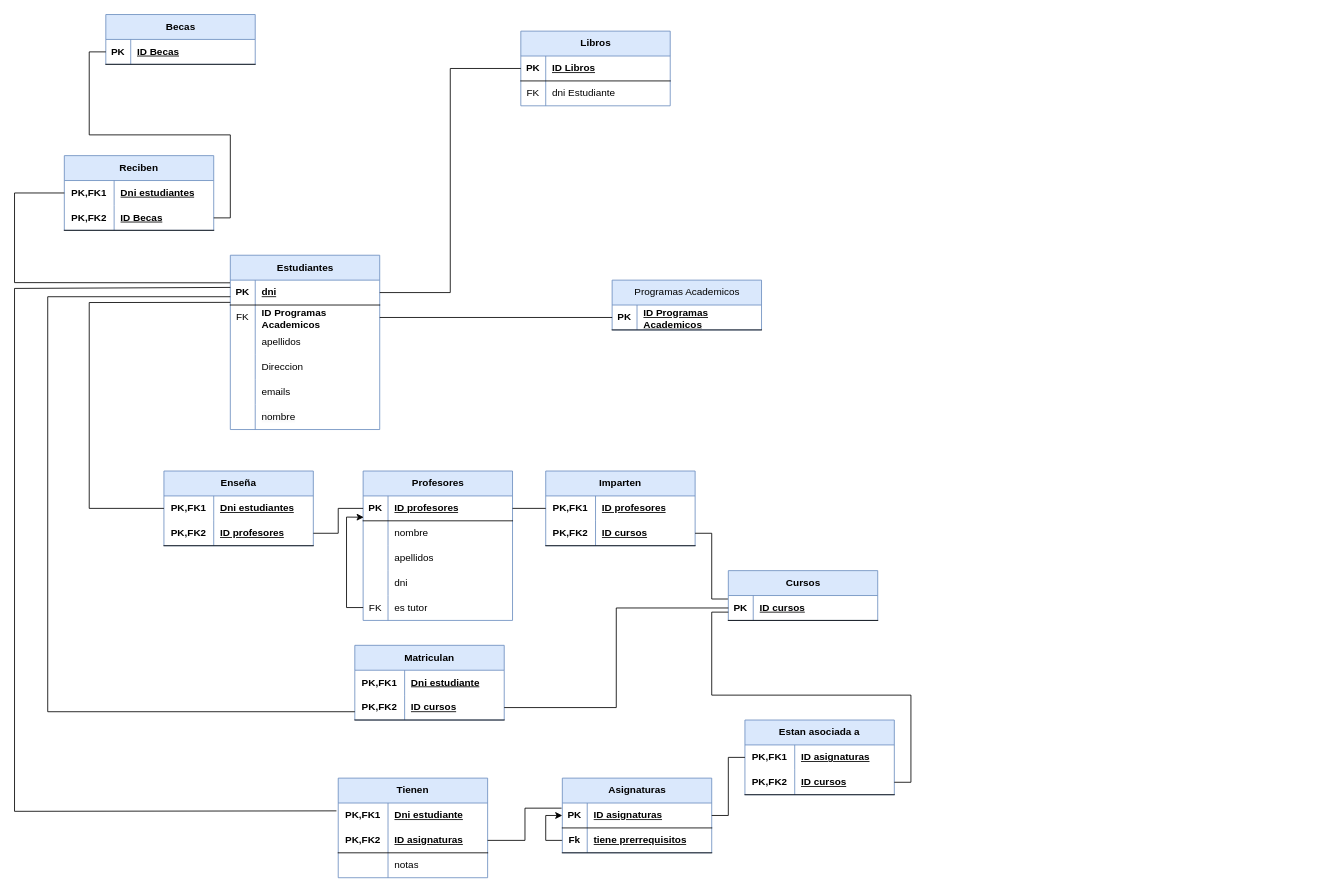
Above: modelo-mr/images/Modelo-Mr-completo.drawio in JVC0/ProyectoBBDD (draw.io), before the change. Source tidied: cells renumbered, new cells numbered last; positions are measured from the earlier drawing's top-left corner, leaving out a move shared by most shapes. Both pictures are drawn from the tidied source at 83%, with x=0, y=0 at pixel (14, 14).
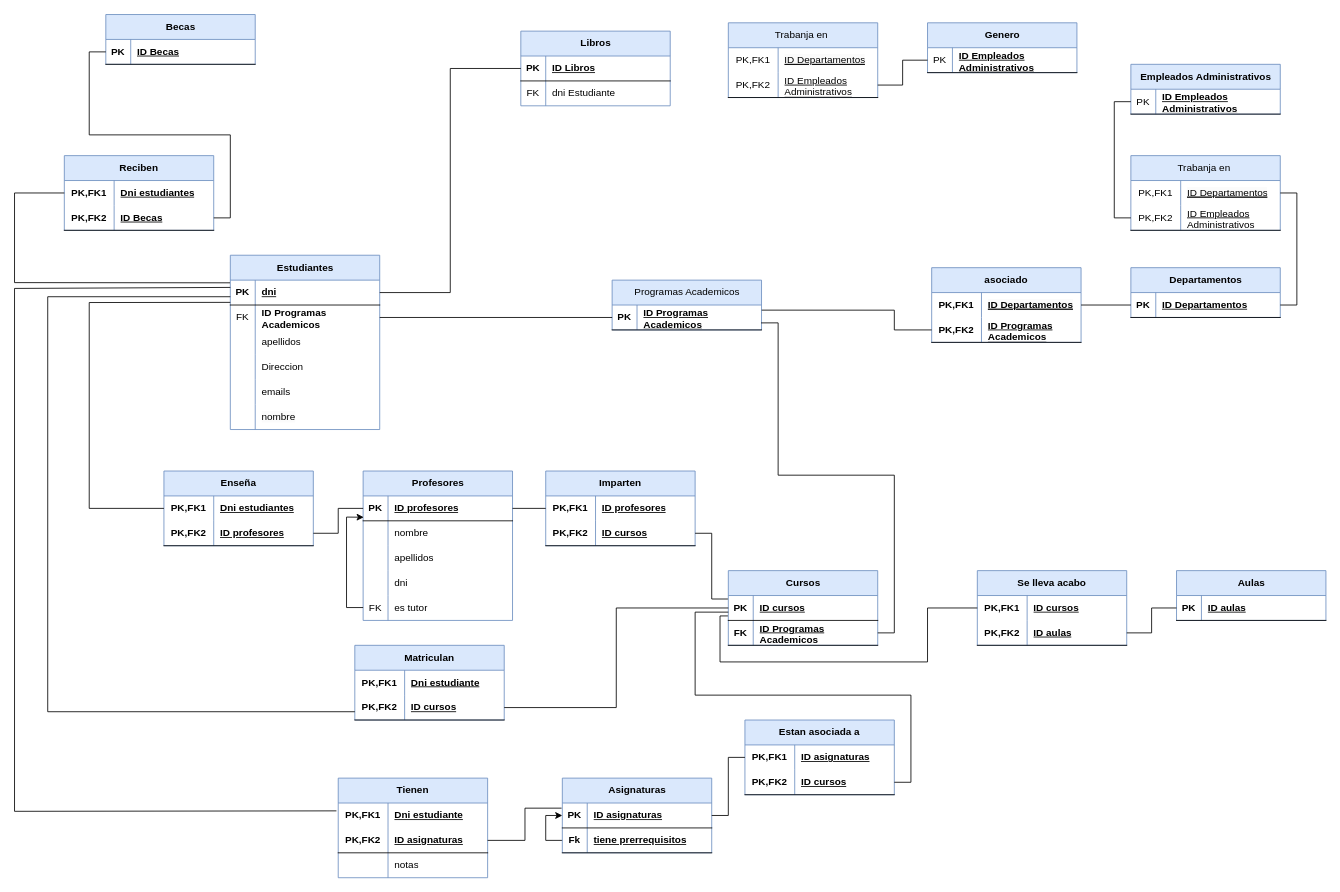
The same page after the edit.

The change refers to these unchanged cells:
```xml
<mxCell id="23" style="shape=tableRow;horizontal=0;startSize=0;swimlaneHead=0;swimlaneBody=0;fillColor=none;points=[[0,0.5],[1,0.5]];portConstraint=eastwest;top=0;left=0;right=0;bottom=1;" parent="22" vertex="1">
  <mxGeometry y="30" width="180" height="30" as="geometry" />
</mxCell>
<mxCell id="81" style="shape=tableRow;horizontal=0;startSize=0;swimlaneHead=0;swimlaneBody=0;fillColor=none;points=[[0,0.5],[1,0.5]];portConstraint=eastwest;top=0;left=0;right=0;bottom=1;" parent="80" vertex="1">
  <mxGeometry y="30" width="180" height="30" as="geometry" />
</mxCell>
<mxCell id="119" style="shape=tableRow;horizontal=0;startSize=0;swimlaneHead=0;swimlaneBody=0;fillColor=none;points=[[0,0.5],[1,0.5]];portConstraint=eastwest;top=0;left=0;right=0;bottom=1;html=1;" parent="115" vertex="1">
  <mxGeometry y="60" width="180" height="30" as="geometry" />
</mxCell>
```

What changed in the source:
```diff
@@
     <mxCell id="80" value="Cursos" style="shape=table;startSize=30;childLayout=tableLayout;rowLines=0;fontStyle=1;align=center;html=1;fillColor=#dae8fc;strokeColor=#6c8ebf;" parent="1" vertex="1">
-      <mxGeometry x="860" y="670" width="180" height="60" as="geometry" />
+      <mxGeometry x="860" y="670" width="180" height="90" as="geometry" />
     </mxCell>
@@
+    <mxCell id="124" style="shape=tableRow;horizontal=0;startSize=0;swimlaneHead=0;swimlaneBody=0;fillColor=none;points=[[0,0.5],[1,0.5]];portConstraint=eastwest;top=0;left=0;right=0;bottom=1;" parent="80" vertex="1">
+      <mxGeometry y="60" width="180" height="30" as="geometry" />
+    </mxCell>
+    <mxCell id="125" value="FK" style="shape=partialRectangle;fillColor=none;top=0;left=0;bottom=0;right=0;fontStyle=1;overflow=hidden;whiteSpace=wrap;html=1;" parent="124" vertex="1">
+      <mxGeometry width="30" height="30" as="geometry" />
+    </mxCell>
+    <mxCell id="126" value="ID&amp;nbsp;Programas Academicos" style="shape=partialRectangle;fillColor=none;top=0;left=0;bottom=0;right=0;align=left;spacingLeft=6;fontStyle=5;overflow=hidden;whiteSpace=wrap;html=1;" parent="124" vertex="1">
+      <mxGeometry x="30" width="150" height="30" as="geometry" />
+    </mxCell>
@@
     <mxCell id="123" style="edgeStyle=orthogonalEdgeStyle;rounded=0;jettySize=auto;html=1;exitX=1;exitY=0.5;exitDx=0;exitDy=0;entryX=0;entryY=0.667;entryDx=0;entryDy=0;entryPerimeter=0;endArrow=none;endFill=0;" parent="1" edge="1" source="119" target="81">
-      <mxGeometry relative="1" as="geometry" />
+      <mxGeometry relative="1" as="geometry">
+        <Array as="points">
+          <mxPoint x="1080" y="925" />
+          <mxPoint x="1080" y="820" />
+          <mxPoint x="820" y="820" />
+          <mxPoint x="820" y="720" />
+        </Array>
+      </mxGeometry>
     </mxCell>
+    <mxCell id="127" value="Aulas" style="shape=table;startSize=30;childLayout=tableLayout;rowLines=0;fontStyle=1;align=center;html=1;fillColor=#dae8fc;strokeColor=#6c8ebf;" parent="1" vertex="1">
+      <mxGeometry x="1400" y="670" width="180" height="60" as="geometry" />
+    </mxCell>
+    <mxCell id="128" style="shape=tableRow;horizontal=0;startSize=0;swimlaneHead=0;swimlaneBody=0;fillColor=none;points=[[0,0.5],[1,0.5]];portConstraint=eastwest;top=0;left=0;right=0;bottom=1;" parent="127" vertex="1">
+      <mxGeometry y="30" width="180" height="30" as="geometry" />
+    </mxCell>
+    <mxCell id="129" value="PK" style="shape=partialRectangle;fillColor=none;top=0;left=0;bottom=0;right=0;fontStyle=1;overflow=hidden;whiteSpace=wrap;html=1;" parent="128" vertex="1">
+      <mxGeometry width="30" height="30" as="geometry" />
+    </mxCell>
+    <mxCell id="130" value="ID aulas" style="shape=partialRectangle;fillColor=none;top=0;left=0;bottom=0;right=0;align=left;spacingLeft=6;fontStyle=5;overflow=hidden;whiteSpace=wrap;html=1;" parent="128" vertex="1">
+      <mxGeometry x="30" width="150" height="30" as="geometry" />
+    </mxCell>
+    <mxCell id="131" value="Se lleva acabo" style="shape=table;startSize=30;childLayout=tableLayout;rowLines=0;fontStyle=1;align=center;html=1;whiteSpace=wrap;fillColor=#dae8fc;strokeColor=#6c8ebf;" parent="1" vertex="1">
+      <mxGeometry x="1160" y="670" width="180" height="90" as="geometry" />
+    </mxCell>
+    <mxCell id="132" style="shape=tableRow;horizontal=0;startSize=0;swimlaneHead=0;swimlaneBody=0;fillColor=none;points=[[0,0.5],[1,0.5]];portConstraint=eastwest;top=0;left=0;right=0;bottom=0;html=1;" parent="131" vertex="1">
+      <mxGeometry y="30" width="180" height="30" as="geometry" />
+    </mxCell>
+    <mxCell id="133" value="PK,FK1" style="shape=partialRectangle;fillColor=none;top=0;left=0;bottom=0;right=0;fontStyle=1;overflow=hidden;html=1;whiteSpace=wrap;" parent="132" vertex="1">
+      <mxGeometry width="60" height="30" as="geometry" />
+    </mxCell>
+    <mxCell id="134" value="ID cursos" style="shape=partialRectangle;fillColor=none;top=0;left=0;bottom=0;right=0;align=left;spacingLeft=6;fontStyle=5;overflow=hidden;html=1;whiteSpace=wrap;" parent="132" vertex="1">
+      <mxGeometry x="60" width="120" height="30" as="geometry" />
+    </mxCell>
+    <mxCell id="135" style="shape=tableRow;horizontal=0;startSize=0;swimlaneHead=0;swimlaneBody=0;fillColor=none;points=[[0,0.5],[1,0.5]];portConstraint=eastwest;top=0;left=0;right=0;bottom=1;html=1;" parent="131" vertex="1">
+      <mxGeometry y="60" width="180" height="30" as="geometry" />
+    </mxCell>
+    <mxCell id="136" value="PK,FK2" style="shape=partialRectangle;fillColor=none;top=0;left=0;bottom=0;right=0;fontStyle=1;overflow=hidden;html=1;whiteSpace=wrap;" parent="135" vertex="1">
+      <mxGeometry width="60" height="30" as="geometry" />
+    </mxCell>
+    <mxCell id="137" value="ID aulas" style="shape=partialRectangle;fillColor=none;top=0;left=0;bottom=0;right=0;align=left;spacingLeft=6;fontStyle=5;overflow=hidden;html=1;whiteSpace=wrap;" parent="135" vertex="1">
+      <mxGeometry x="60" width="120" height="30" as="geometry" />
+    </mxCell>
+    <mxCell id="138" style="edgeStyle=orthogonalEdgeStyle;rounded=0;jettySize=auto;html=1;entryX=0;entryY=0.5;entryDx=0;entryDy=0;endArrow=none;endFill=0;" parent="1" edge="1" source="135" target="128">
+      <mxGeometry relative="1" as="geometry" />
+    </mxCell>
+    <mxCell id="139" style="edgeStyle=orthogonalEdgeStyle;rounded=0;jettySize=auto;html=1;endArrow=none;endFill=0;entryX=-0.003;entryY=0.819;entryDx=0;entryDy=0;entryPerimeter=0;" parent="1" edge="1" source="132" target="81">
+      <mxGeometry relative="1" as="geometry">
+        <Array as="points">
+          <mxPoint x="1100" y="715" />
+          <mxPoint x="1100" y="780" />
+          <mxPoint x="850" y="780" />
+          <mxPoint x="850" y="725" />
+        </Array>
+      </mxGeometry>
+    </mxCell>
+    <mxCell id="140" value="asociado" style="shape=table;startSize=30;childLayout=tableLayout;rowLines=0;fontStyle=1;align=center;html=1;whiteSpace=wrap;fillColor=#dae8fc;strokeColor=#6c8ebf;" parent="1" vertex="1">
+      <mxGeometry x="1105" y="305" width="180" height="90" as="geometry" />
+    </mxCell>
+    <mxCell id="141" style="shape=tableRow;horizontal=0;startSize=0;swimlaneHead=0;swimlaneBody=0;fillColor=none;points=[[0,0.5],[1,0.5]];portConstraint=eastwest;top=0;left=0;right=0;bottom=0;html=1;" parent="140" vertex="1">
+      <mxGeometry y="30" width="180" height="30" as="geometry" />
+    </mxCell>
+    <mxCell id="142" value="PK,FK1" style="shape=partialRectangle;fillColor=none;top=0;left=0;bottom=0;right=0;fontStyle=1;overflow=hidden;html=1;whiteSpace=wrap;" parent="141" vertex="1">
+      <mxGeometry width="60" height="30" as="geometry" />
+    </mxCell>
+    <mxCell id="143" value="&lt;span style=&quot;color: rgb(0, 0, 0); font-family: Helvetica; font-size: 12px; font-style: normal; font-variant-ligatures: normal; font-variant-caps: normal; font-weight: 700; letter-spacing: normal; orphans: 2; text-align: left; text-indent: 0px; text-transform: none; widows: 2; word-spacing: 0px; -webkit-text-stroke-width: 0px; background-color: rgb(251, 251, 251); text-decoration: underline; float: none; display: inline !important;&quot;&gt;ID Departamentos&lt;/span&gt;&lt;br&gt;" style="shape=partialRectangle;fillColor=none;top=0;left=0;bottom=0;right=0;align=left;spacingLeft=6;fontStyle=5;overflow=hidden;html=1;whiteSpace=wrap;" parent="141" vertex="1">
+      <mxGeometry x="60" width="120" height="30" as="geometry" />
+    </mxCell>
+    <mxCell id="144" style="shape=tableRow;horizontal=0;startSize=0;swimlaneHead=0;swimlaneBody=0;fillColor=none;points=[[0,0.5],[1,0.5]];portConstraint=eastwest;top=0;left=0;right=0;bottom=1;html=1;" parent="140" vertex="1">
+      <mxGeometry y="60" width="180" height="30" as="geometry" />
+    </mxCell>
+    <mxCell id="145" value="PK,FK2" style="shape=partialRectangle;fillColor=none;top=0;left=0;bottom=0;right=0;fontStyle=1;overflow=hidden;html=1;whiteSpace=wrap;" parent="144" vertex="1">
+      <mxGeometry width="60" height="30" as="geometry" />
+    </mxCell>
+    <mxCell id="146" value="ID&amp;nbsp;Programas Academicos" style="shape=partialRectangle;fillColor=none;top=0;left=0;bottom=0;right=0;align=left;spacingLeft=6;fontStyle=5;overflow=hidden;html=1;whiteSpace=wrap;" parent="144" vertex="1">
+      <mxGeometry x="60" width="120" height="30" as="geometry" />
+    </mxCell>
+    <mxCell id="147" value="Departamentos" style="shape=table;startSize=30;childLayout=tableLayout;rowLines=0;fontStyle=1;align=center;html=1;fillColor=#dae8fc;strokeColor=#6c8ebf;" parent="1" vertex="1">
+      <mxGeometry x="1345" y="305" width="180" height="60" as="geometry" />
+    </mxCell>
+    <mxCell id="148" style="shape=tableRow;horizontal=0;startSize=0;swimlaneHead=0;swimlaneBody=0;fillColor=none;points=[[0,0.5],[1,0.5]];portConstraint=eastwest;top=0;left=0;right=0;bottom=1;" parent="147" vertex="1">
+      <mxGeometry y="30" width="180" height="30" as="geometry" />
+    </mxCell>
+    <mxCell id="149" value="PK" style="shape=partialRectangle;fillColor=none;top=0;left=0;bottom=0;right=0;fontStyle=1;overflow=hidden;whiteSpace=wrap;html=1;" parent="148" vertex="1">
+      <mxGeometry width="30" height="30" as="geometry" />
+    </mxCell>
+    <mxCell id="150" value="ID Departamentos" style="shape=partialRectangle;fillColor=none;top=0;left=0;bottom=0;right=0;align=left;spacingLeft=6;fontStyle=5;overflow=hidden;whiteSpace=wrap;html=1;" parent="148" vertex="1">
+      <mxGeometry x="30" width="150" height="30" as="geometry" />
+    </mxCell>
+    <mxCell id="151" style="edgeStyle=orthogonalEdgeStyle;rounded=0;jettySize=auto;html=1;endArrow=none;endFill=0;" parent="1" edge="1" source="141" target="148">
+      <mxGeometry relative="1" as="geometry" />
+    </mxCell>
+    <mxCell id="152" style="edgeStyle=orthogonalEdgeStyle;rounded=0;jettySize=auto;html=1;entryX=1.001;entryY=0.205;entryDx=0;entryDy=0;entryPerimeter=0;endArrow=none;endFill=0;" parent="1" edge="1" source="144" target="23">
+      <mxGeometry relative="1" as="geometry">
+        <Array as="points">
+          <mxPoint x="1060" y="380" />
+          <mxPoint x="1060" y="356" />
+        </Array>
+      </mxGeometry>
+    </mxCell>
+    <mxCell id="153" value="Trabanja en&amp;nbsp;" style="shape=table;startSize=30;childLayout=tableLayout;rowLines=0;fontStyle=0;align=center;html=1;whiteSpace=wrap;fillColor=#dae8fc;strokeColor=#6c8ebf;" parent="1" vertex="1">
+      <mxGeometry x="1345" y="170" width="180" height="90" as="geometry" />
+    </mxCell>
+    <mxCell id="154" style="shape=tableRow;horizontal=0;startSize=0;swimlaneHead=0;swimlaneBody=0;fillColor=none;top=0;left=0;right=0;bottom=0;html=1;fontStyle=0;" parent="153" vertex="1">
+      <mxGeometry y="30" width="180" height="30" as="geometry" />
+    </mxCell>
+    <mxCell id="155" value="PK,FK1" style="shape=partialRectangle;fillColor=none;top=0;left=0;bottom=0;right=0;fontStyle=0;overflow=hidden;html=1;whiteSpace=wrap;" parent="154" vertex="1">
+      <mxGeometry width="60" height="30" as="geometry" />
+    </mxCell>
+    <mxCell id="156" value="&lt;span style=&quot;color: rgb(0, 0, 0); font-family: Helvetica; font-size: 12px; font-style: normal; font-variant-ligatures: normal; font-variant-caps: normal; letter-spacing: normal; orphans: 2; text-align: left; text-indent: 0px; text-transform: none; widows: 2; word-spacing: 0px; -webkit-text-stroke-width: 0px; background-color: rgb(251, 251, 251); text-decoration: underline; float: none; display: inline !important;&quot;&gt;ID Departamentos&lt;/span&gt;&lt;br&gt;" style="shape=partialRectangle;fillColor=none;top=0;left=0;bottom=0;right=0;align=left;spacingLeft=6;fontStyle=4;overflow=hidden;html=1;whiteSpace=wrap;" parent="154" vertex="1">
+      <mxGeometry x="60" width="120" height="30" as="geometry" />
+    </mxCell>
+    <mxCell id="157" style="shape=tableRow;horizontal=0;startSize=0;swimlaneHead=0;swimlaneBody=0;fillColor=none;points=[[0,0.5],[1,0.5]];portConstraint=eastwest;top=0;left=0;right=0;bottom=1;html=1;fontStyle=0;" parent="153" vertex="1">
+      <mxGeometry y="60" width="180" height="30" as="geometry" />
+    </mxCell>
+    <mxCell id="158" value="PK,FK2" style="shape=partialRectangle;fillColor=none;top=0;left=0;bottom=0;right=0;fontStyle=0;overflow=hidden;html=1;whiteSpace=wrap;" parent="157" vertex="1">
+      <mxGeometry width="60" height="30" as="geometry" />
+    </mxCell>
+    <mxCell id="159" value="ID Empleados Administrativos" style="shape=partialRectangle;fillColor=none;top=0;left=0;bottom=0;right=0;align=left;spacingLeft=6;fontStyle=4;overflow=hidden;html=1;whiteSpace=wrap;" parent="157" vertex="1">
+      <mxGeometry x="60" width="120" height="30" as="geometry" />
+    </mxCell>
+    <mxCell id="160" value="Empleados Administrativos" style="shape=table;startSize=30;childLayout=tableLayout;rowLines=0;fontStyle=1;align=center;html=1;fillColor=#dae8fc;strokeColor=#6c8ebf;" parent="1" vertex="1">
+      <mxGeometry x="1345" y="60" width="180" height="60" as="geometry" />
+    </mxCell>
+    <mxCell id="161" style="shape=tableRow;horizontal=0;startSize=0;swimlaneHead=0;swimlaneBody=0;fillColor=none;points=[[0,0.5],[1,0.5]];portConstraint=eastwest;top=0;left=0;right=0;bottom=1;" parent="160" vertex="1">
+      <mxGeometry y="30" width="180" height="30" as="geometry" />
+    </mxCell>
+    <mxCell id="162" value="PK" style="shape=partialRectangle;fillColor=none;top=0;left=0;bottom=0;right=0;fontStyle=0;overflow=hidden;whiteSpace=wrap;html=1;" parent="161" vertex="1">
+      <mxGeometry width="30" height="30" as="geometry" />
+    </mxCell>
+    <mxCell id="163" value="ID Empleados Administrativos" style="shape=partialRectangle;fillColor=none;top=0;left=0;bottom=0;right=0;align=left;spacingLeft=6;fontStyle=5;overflow=hidden;whiteSpace=wrap;html=1;" parent="161" vertex="1">
+      <mxGeometry x="30" width="150" height="30" as="geometry" />
+    </mxCell>
+    <mxCell id="164" style="edgeStyle=orthogonalEdgeStyle;rounded=0;jettySize=auto;html=1;entryX=1;entryY=0.5;entryDx=0;entryDy=0;endArrow=none;endFill=0;" parent="1" edge="1" source="148" target="153">
+      <mxGeometry relative="1" as="geometry">
+        <Array as="points">
+          <mxPoint x="1545" y="350" />
+          <mxPoint x="1545" y="215" />
+        </Array>
+      </mxGeometry>
+    </mxCell>
+    <mxCell id="165" style="edgeStyle=orthogonalEdgeStyle;rounded=0;jettySize=auto;html=1;entryX=0;entryY=0.5;entryDx=0;entryDy=0;endArrow=none;endFill=0;" parent="1" edge="1" source="161" target="157">
+      <mxGeometry relative="1" as="geometry" />
+    </mxCell>
+    <mxCell id="166" style="edgeStyle=orthogonalEdgeStyle;rounded=0;jettySize=auto;html=1;entryX=0.997;entryY=0.718;entryDx=0;entryDy=0;entryPerimeter=0;endArrow=none;endFill=0;" parent="1" edge="1" source="124" target="23">
+      <mxGeometry relative="1" as="geometry">
+        <Array as="points">
+          <mxPoint x="1060" y="745" />
+          <mxPoint x="1060" y="555" />
+          <mxPoint x="920" y="555" />
+          <mxPoint x="920" y="372" />
+        </Array>
+      </mxGeometry>
+    </mxCell>
+    <mxCell id="167" value="Trabanja en&amp;nbsp;" style="shape=table;startSize=30;childLayout=tableLayout;rowLines=0;fontStyle=0;align=center;html=1;whiteSpace=wrap;fillColor=#dae8fc;strokeColor=#6c8ebf;" parent="1" vertex="1">
+      <mxGeometry x="860" y="10" width="180" height="90" as="geometry" />
+    </mxCell>
+    <mxCell id="168" style="shape=tableRow;horizontal=0;startSize=0;swimlaneHead=0;swimlaneBody=0;fillColor=none;top=0;left=0;right=0;bottom=0;html=1;fontStyle=0;" parent="167" vertex="1">
+      <mxGeometry y="30" width="180" height="30" as="geometry" />
+    </mxCell>
+    <mxCell id="169" value="PK,FK1" style="shape=partialRectangle;fillColor=none;top=0;left=0;bottom=0;right=0;fontStyle=0;overflow=hidden;html=1;whiteSpace=wrap;" parent="168" vertex="1">
+      <mxGeometry width="60" height="30" as="geometry" />
+    </mxCell>
+    <mxCell id="170" value="&lt;span style=&quot;color: rgb(0, 0, 0); font-family: Helvetica; font-size: 12px; font-style: normal; font-variant-ligatures: normal; font-variant-caps: normal; letter-spacing: normal; orphans: 2; text-align: left; text-indent: 0px; text-transform: none; widows: 2; word-spacing: 0px; -webkit-text-stroke-width: 0px; background-color: rgb(251, 251, 251); text-decoration: underline; float: none; display: inline !important;&quot;&gt;ID Departamentos&lt;/span&gt;&lt;br&gt;" style="shape=partialRectangle;fillColor=none;top=0;left=0;bottom=0;right=0;align=left;spacingLeft=6;fontStyle=4;overflow=hidden;html=1;whiteSpace=wrap;" parent="168" vertex="1">
+      <mxGeometry x="60" width="120" height="30" as="geometry" />
+    </mxCell>
+    <mxCell id="171" style="shape=tableRow;horizontal=0;startSize=0;swimlaneHead=0;swimlaneBody=0;fillColor=none;points=[[0,0.5],[1,0.5]];portConstraint=eastwest;top=0;left=0;right=0;bottom=1;html=1;fontStyle=0;" parent="167" vertex="1">
+      <mxGeometry y="60" width="180" height="30" as="geometry" />
+    </mxCell>
+    <mxCell id="172" value="PK,FK2" style="shape=partialRectangle;fillColor=none;top=0;left=0;bottom=0;right=0;fontStyle=0;overflow=hidden;html=1;whiteSpace=wrap;" parent="171" vertex="1">
+      <mxGeometry width="60" height="30" as="geometry" />
+    </mxCell>
+    <mxCell id="173" value="ID Empleados Administrativos" style="shape=partialRectangle;fillColor=none;top=0;left=0;bottom=0;right=0;align=left;spacingLeft=6;fontStyle=4;overflow=hidden;html=1;whiteSpace=wrap;" parent="171" vertex="1">
+      <mxGeometry x="60" width="120" height="30" as="geometry" />
+    </mxCell>
+    <mxCell id="174" value="Genero" style="shape=table;startSize=30;childLayout=tableLayout;rowLines=0;fontStyle=1;align=center;html=1;fillColor=#dae8fc;strokeColor=#6c8ebf;" parent="1" vertex="1">
+      <mxGeometry x="1100" y="10" width="180" height="60" as="geometry" />
+    </mxCell>
+    <mxCell id="175" style="shape=tableRow;horizontal=0;startSize=0;swimlaneHead=0;swimlaneBody=0;fillColor=none;points=[[0,0.5],[1,0.5]];portConstraint=eastwest;top=0;left=0;right=0;bottom=1;" parent="174" vertex="1">
+      <mxGeometry y="30" width="180" height="30" as="geometry" />
+    </mxCell>
+    <mxCell id="176" value="PK" style="shape=partialRectangle;fillColor=none;top=0;left=0;bottom=0;right=0;fontStyle=0;overflow=hidden;whiteSpace=wrap;html=1;" parent="175" vertex="1">
+      <mxGeometry width="30" height="30" as="geometry" />
+    </mxCell>
+    <mxCell id="177" value="ID Empleados Administrativos" style="shape=partialRectangle;fillColor=none;top=0;left=0;bottom=0;right=0;align=left;spacingLeft=6;fontStyle=5;overflow=hidden;whiteSpace=wrap;html=1;" parent="175" vertex="1">
+      <mxGeometry x="30" width="150" height="30" as="geometry" />
+    </mxCell>
+    <mxCell id="178" style="edgeStyle=orthogonalEdgeStyle;rounded=0;jettySize=auto;html=1;entryX=0;entryY=0.5;entryDx=0;entryDy=0;endArrow=none;endFill=0;fontStyle=0;" parent="1" edge="1" source="171" target="175">
+      <mxGeometry relative="1" as="geometry" />
+    </mxCell>
```
